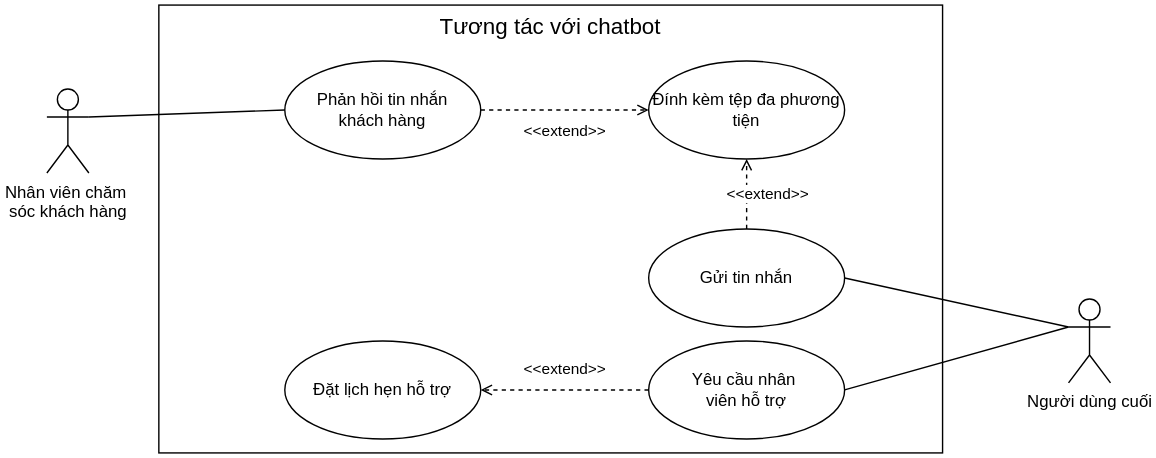
The draw.io diagram Dg_UC/Usecase Diagram-ChatbotInteraction.drawio.svg in DavidNguyen2212/DACN-TN_Chatbot_for_Enterprise, before a commit. Source tidied: cells renumbered, new cells last; positions are measured from the earlier drawing's top-left corner, leaving out a move shared by most shapes.
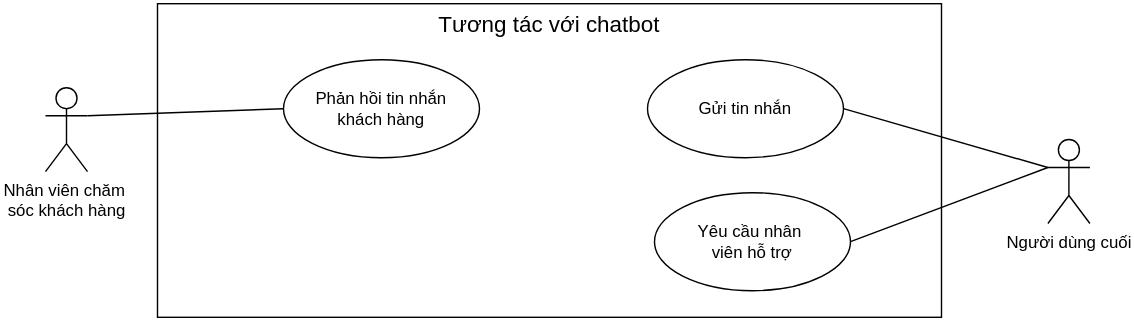
The same diagram one commit later.

The edit, as a diff of the source:
```diff
@@ -3,35 +3,20 @@
     <mxCell id="0" />
     <mxCell id="1" parent="0" />
     <mxCell id="2" style="rounded=0;whiteSpace=wrap;html=1;" parent="1" vertex="1">
-      <mxGeometry x="80" width="560" height="320" as="geometry" />
+      <mxGeometry x="80" width="560" height="224" as="geometry" />
     </mxCell>
     <mxCell id="3" value="&lt;span style=&quot;font-size: 16px;&quot;&gt;Tương tác với chatbot&lt;/span&gt;" style="text;html=1;align=center;verticalAlign=middle;whiteSpace=wrap;rounded=0;" parent="1" vertex="1">
       <mxGeometry x="220" width="280" height="30" as="geometry" />
     </mxCell>
     <mxCell id="4" value="Gửi tin nhắn" style="ellipse;whiteSpace=wrap;html=1;" parent="1" vertex="1">
-      <mxGeometry x="430" y="160" width="140" height="70" as="geometry" />
+      <mxGeometry x="430" y="40" width="140" height="70" as="geometry" />
     </mxCell>
     <mxCell id="5" value="Phản hồi tin nhắn&lt;div&gt;khách hàng&lt;/div&gt;" style="ellipse;whiteSpace=wrap;html=1;" parent="1" vertex="1">
       <mxGeometry x="170" y="40" width="140" height="70" as="geometry" />
     </mxCell>
-    <mxCell id="6" value="Đính kèm tệp đa phương tiện" style="ellipse;whiteSpace=wrap;html=1;" parent="1" vertex="1">
-      <mxGeometry x="430" y="40" width="140" height="70" as="geometry" />
-    </mxCell>
-    <mxCell id="7" value="&amp;lt;&amp;lt;extend&amp;gt;&amp;gt;" style="edgeStyle=orthogonalEdgeStyle;rounded=0;jettySize=auto;html=1;entryX=1;entryY=0.5;entryDx=0;entryDy=0;dashed=1;endArrow=open;endFill=0;" parent="1" edge="1" source="8" target="9">
-      <mxGeometry y="-15" relative="1" as="geometry" />
-    </mxCell>
     <mxCell id="8" value="Yêu cầu nhân&amp;nbsp;&lt;div&gt;viên hỗ trợ&lt;/div&gt;" style="ellipse;whiteSpace=wrap;html=1;" parent="1" vertex="1">
-      <mxGeometry x="430" y="240" width="140" height="70" as="geometry" />
+      <mxGeometry x="435" y="135" width="140" height="70" as="geometry" />
     </mxCell>
-    <mxCell id="9" value="&lt;div&gt;Đặt lịch hẹn hỗ trợ&lt;/div&gt;" style="ellipse;whiteSpace=wrap;html=1;" parent="1" vertex="1">
-      <mxGeometry x="170" y="240" width="140" height="70" as="geometry" />
-    </mxCell>
-    <mxCell id="10" value="&amp;lt;&amp;lt;extend&amp;gt;&amp;gt;" style="edgeStyle=orthogonalEdgeStyle;rounded=0;jettySize=auto;html=1;entryX=0.5;entryY=1;entryDx=0;entryDy=0;dashed=1;exitX=0.5;exitY=0;exitDx=0;exitDy=0;endArrow=open;endFill=0;" parent="1" edge="1" source="4" target="6">
-      <mxGeometry y="-15" relative="1" as="geometry" />
-    </mxCell>
-    <mxCell id="11" value="&amp;lt;&amp;lt;extend&amp;gt;&amp;gt;" style="edgeStyle=orthogonalEdgeStyle;rounded=0;jettySize=auto;html=1;entryX=0;entryY=0.5;entryDx=0;entryDy=0;dashed=1;exitX=1;exitY=0.5;exitDx=0;exitDy=0;endArrow=open;endFill=0;" parent="1" edge="1" source="5" target="6">
-      <mxGeometry y="-15" relative="1" as="geometry" />
-    </mxCell>
     <mxCell id="12" style="edgeStyle=none;shape=connector;rounded=0;jettySize=auto;html=1;exitX=1;exitY=0.3333333333333333;exitDx=0;exitDy=0;exitPerimeter=0;entryX=0;entryY=0.5;entryDx=0;entryDy=0;strokeColor=default;align=center;verticalAlign=middle;fontFamily=Helvetica;fontSize=11;fontColor=default;labelBackgroundColor=default;endArrow=none;endFill=0;" parent="1" edge="1" source="13" target="5">
       <mxGeometry relative="1" as="geometry" />
     </mxCell>
@@ -42,7 +27,7 @@
       <mxGeometry relative="1" as="geometry" />
     </mxCell>
     <mxCell id="15" value="Người dùng cuối" style="shape=umlActor;verticalLabelPosition=bottom;verticalAlign=top;html=1;outlineConnect=0;" parent="1" vertex="1">
-      <mxGeometry x="730" y="210" width="30" height="60" as="geometry" />
+      <mxGeometry x="716" y="97" width="30" height="60" as="geometry" />
     </mxCell>
     <mxCell id="16" style="rounded=0;jettySize=auto;html=1;exitX=1;exitY=0.5;exitDx=0;exitDy=0;entryX=0;entryY=0.3333333333333333;entryDx=0;entryDy=0;entryPerimeter=0;endArrow=none;endFill=0;" parent="1" edge="1" source="4" target="15">
       <mxGeometry relative="1" as="geometry" />
```
